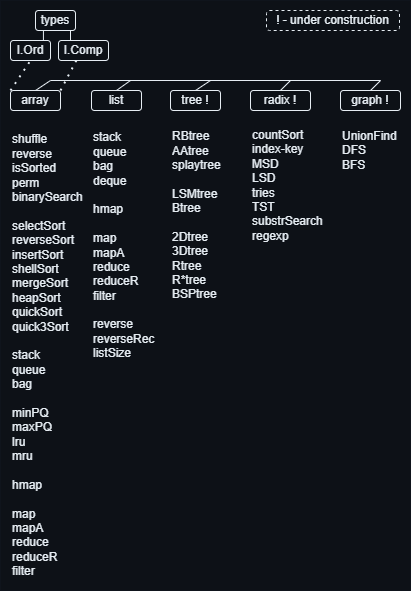
kselnaag/algos keeps this draw.io diagram as pics/algos.png. Above is the earlier version. Source tidied: cells renumbered, new cells last; positions are measured from the earlier drawing's top-left corner, leaving out a move shared by most shapes.
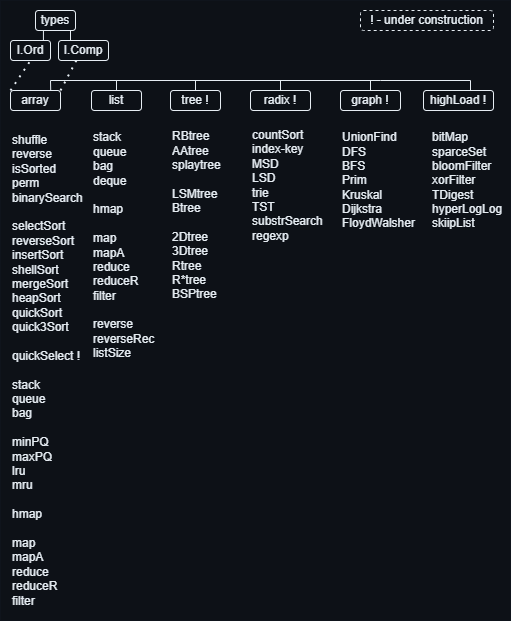
The same diagram one commit later.

Commit message:
add some algos in graph section

Change to the diagram source:
```diff
@@ -3,7 +3,7 @@
     <mxCell id="0" />
     <mxCell id="1" parent="0" />
     <mxCell id="2" style="rounded=0;whiteSpace=wrap;html=1;strokeColor=none;fillColor=#0d1117;strokeWidth=1;perimeterSpacing=1;shadow=0;glass=0;fillStyle=solid;" parent="1" vertex="1">
-      <mxGeometry width="410" height="590" as="geometry" />
+      <mxGeometry width="510" height="620" as="geometry" />
     </mxCell>
     <mxCell id="3" value="&lt;font color=&quot;#e6edf3&quot;&gt;array&lt;/font&gt;" style="rounded=1;whiteSpace=wrap;html=1;fontColor=#000000;fillColor=none;strokeColor=#e6edf3;" parent="1" vertex="1">
       <mxGeometry x="10" y="90" width="50" height="20" as="geometry" />
@@ -20,13 +20,13 @@
     <mxCell id="7" value="&lt;font color=&quot;#e6edf3&quot;&gt;graph !&lt;/font&gt;" style="rounded=1;whiteSpace=wrap;html=1;fontColor=#000000;fillColor=none;strokeColor=#e6edf3;" parent="1" vertex="1">
       <mxGeometry x="340" y="90" width="60" height="20" as="geometry" />
     </mxCell>
-    <mxCell id="8" value="&lt;font color=&quot;#e6edf3&quot;&gt;shuffle&lt;br&gt;reverse&lt;br&gt;isSorted&lt;br&gt;perm&lt;br&gt;binarySearch&lt;br&gt;&lt;br&gt;selectSort&lt;br&gt;reverseSort&lt;br&gt;insertSort&lt;br&gt;shellSort&lt;br&gt;mergeSort&lt;br&gt;heapSort&lt;br&gt;quickSort&lt;br&gt;quick3Sort&lt;br&gt;&lt;br&gt;stack&lt;br&gt;queue&lt;br&gt;bag&lt;br&gt;&lt;br&gt;minPQ&lt;br&gt;maxPQ&lt;br&gt;lru&lt;br&gt;mru&lt;br&gt;&lt;br&gt;hmap&lt;br&gt;&lt;br&gt;map&lt;br&gt;mapA&lt;br&gt;reduce&lt;br&gt;reduceR&lt;br&gt;filter&lt;/font&gt;" style="text;html=1;strokeColor=none;fillColor=none;align=left;verticalAlign=middle;whiteSpace=wrap;rounded=0;fontColor=#000000;" parent="1" vertex="1">
-      <mxGeometry x="10" y="130" width="80" height="450" as="geometry" />
+    <mxCell id="8" value="&lt;font color=&quot;#e6edf3&quot;&gt;shuffle&lt;br&gt;reverse&lt;br&gt;isSorted&lt;br&gt;perm&lt;br&gt;binarySearch&lt;br&gt;&lt;br&gt;selectSort&lt;br&gt;reverseSort&lt;br&gt;insertSort&lt;br&gt;shellSort&lt;br&gt;mergeSort&lt;br&gt;heapSort&lt;br&gt;quickSort&lt;br&gt;quick3Sort&lt;br&gt;&lt;br&gt;quickSelect !&lt;br&gt;&lt;br&gt;stack&lt;br&gt;queue&lt;br&gt;bag&lt;br&gt;&lt;br&gt;minPQ&lt;br&gt;maxPQ&lt;br&gt;lru&lt;br&gt;mru&lt;br&gt;&lt;br&gt;hmap&lt;br&gt;&lt;br&gt;map&lt;br&gt;mapA&lt;br&gt;reduce&lt;br&gt;reduceR&lt;br&gt;filter&lt;/font&gt;" style="text;html=1;strokeColor=none;fillColor=none;align=left;verticalAlign=middle;whiteSpace=wrap;rounded=0;fontColor=#000000;" parent="1" vertex="1">
+      <mxGeometry x="10" y="130" width="80" height="480" as="geometry" />
     </mxCell>
     <mxCell id="9" value="&lt;font color=&quot;#e6edf3&quot;&gt;stack&lt;br&gt;queue&lt;br&gt;bag&lt;br&gt;deque&lt;br&gt;&lt;br&gt;hmap&lt;br&gt;&lt;br&gt;map&lt;br&gt;mapA&lt;br&gt;reduce&lt;br&gt;reduceR&lt;br&gt;filter&lt;br&gt;&lt;br&gt;reverse&lt;br&gt;reverseRec&lt;br&gt;listSize&lt;br&gt;&lt;/font&gt;" style="text;html=1;strokeColor=none;fillColor=none;align=left;verticalAlign=middle;whiteSpace=wrap;rounded=0;fontColor=#000000;" parent="1" vertex="1">
       <mxGeometry x="91" y="130" width="69" height="230" as="geometry" />
     </mxCell>
-    <mxCell id="10" value="&lt;font color=&quot;#e6edf3&quot;&gt;countSort&lt;br&gt;index-key&lt;br&gt;MSD&lt;br&gt;LSD&lt;br&gt;tries&lt;br&gt;TST&lt;br&gt;substrSearch&lt;br&gt;regexp&lt;/font&gt;" style="text;html=1;strokeColor=none;fillColor=none;align=left;verticalAlign=middle;whiteSpace=wrap;rounded=0;fontColor=#000000;" parent="1" vertex="1">
+    <mxCell id="10" value="&lt;font color=&quot;#e6edf3&quot;&gt;countSort&lt;br&gt;index-key&lt;br&gt;MSD&lt;br&gt;LSD&lt;br&gt;trie&lt;br&gt;TST&lt;br&gt;substrSearch&lt;br&gt;regexp&lt;/font&gt;" style="text;html=1;strokeColor=none;fillColor=none;align=left;verticalAlign=middle;whiteSpace=wrap;rounded=0;fontColor=#000000;" parent="1" vertex="1">
       <mxGeometry x="250" y="130" width="80" height="110" as="geometry" />
     </mxCell>
     <mxCell id="11" value="&lt;font color=&quot;#e6edf3&quot;&gt;RBtree&lt;br&gt;AAtree&lt;br&gt;splaytree&lt;br&gt;&lt;br&gt;LSMtree&lt;br&gt;Btree&lt;br&gt;&lt;br&gt;2Dtree&lt;br&gt;3Dtree&lt;br&gt;Rtree&lt;br&gt;R*tree&lt;br&gt;BSPtree&lt;/font&gt;" style="text;html=1;strokeColor=none;fillColor=none;align=left;verticalAlign=middle;whiteSpace=wrap;rounded=0;fontColor=#000000;" parent="1" vertex="1">
@@ -35,9 +35,9 @@
     <mxCell id="12" value="&lt;font color=&quot;#e6edf3&quot;&gt;types&lt;/font&gt;" style="rounded=1;whiteSpace=wrap;html=1;fillColor=none;strokeColor=#e6edf3;fontColor=#000000;" parent="1" vertex="1">
       <mxGeometry x="35" y="10" width="40" height="20" as="geometry" />
     </mxCell>
-    <mxCell id="13" style="endArrow=none;html=1;rounded=0;exitX=0.5;exitY=0;exitDx=0;exitDy=0;strokeColor=#e6edf3;" parent="1" edge="1" source="6">
+    <mxCell id="13" style="endArrow=none;html=1;rounded=0;strokeColor=#e6edf3;exitX=0.5;exitY=0;exitDx=0;exitDy=0;" parent="1" edge="1" source="6">
       <mxGeometry relative="1" as="geometry">
-        <mxPoint x="210" y="80" as="targetPoint" />
+        <mxPoint x="195" y="80" as="targetPoint" />
       </mxGeometry>
     </mxCell>
     <mxCell id="14" style="endArrow=none;html=1;rounded=0;strokeColor=#e6edf3;" parent="1" edge="1">
@@ -46,21 +46,19 @@
         <mxPoint x="380" y="80" as="targetPoint" />
       </mxGeometry>
     </mxCell>
-    <mxCell id="15" style="endArrow=none;html=1;rounded=0;exitX=0.5;exitY=0;exitDx=0;exitDy=0;strokeColor=#e6edf3;" parent="1" edge="1" source="3">
+    <mxCell id="15" style="endArrow=none;html=1;rounded=0;exitX=0.804;exitY=-0.008;exitDx=0;exitDy=0;strokeColor=#e6edf3;exitPerimeter=0;" parent="1" edge="1" source="3">
       <mxGeometry relative="1" as="geometry">
         <mxPoint x="50" y="80" as="targetPoint" />
       </mxGeometry>
     </mxCell>
-    <mxCell id="16" style="endArrow=none;html=1;rounded=0;exitX=0.5;exitY=0;exitDx=0;exitDy=0;strokeColor=#e6edf3;" parent="1" edge="1">
+    <mxCell id="16" style="endArrow=none;html=1;rounded=0;exitX=0.5;exitY=0;exitDx=0;exitDy=0;strokeColor=#e6edf3;" parent="1" edge="1" source="4">
       <mxGeometry relative="1" as="geometry">
-        <mxPoint x="115.9" y="90" as="sourcePoint" />
-        <mxPoint x="130" y="80" as="targetPoint" />
+        <mxPoint x="116" y="80" as="targetPoint" />
       </mxGeometry>
     </mxCell>
-    <mxCell id="17" style="endArrow=none;html=1;rounded=0;exitX=0.5;exitY=0;exitDx=0;exitDy=0;strokeColor=#e6edf3;" parent="1" edge="1">
+    <mxCell id="17" style="endArrow=none;html=1;rounded=0;exitX=0.5;exitY=0;exitDx=0;exitDy=0;strokeColor=#e6edf3;" parent="1" edge="1" source="5">
       <mxGeometry relative="1" as="geometry">
-        <mxPoint x="279.9" y="90" as="sourcePoint" />
-        <mxPoint x="290" y="80" as="targetPoint" />
+        <mxPoint x="280" y="80" as="targetPoint" />
       </mxGeometry>
     </mxCell>
     <mxCell id="18" value="&lt;font color=&quot;#e6edf3&quot;&gt;I.Ord&lt;/font&gt;" style="rounded=1;whiteSpace=wrap;html=1;fillColor=none;strokeColor=#e6edf3;fontColor=#000000;" parent="1" vertex="1">
@@ -87,17 +85,34 @@
         <mxPoint x="70" y="30" as="targetPoint" />
       </mxGeometry>
     </mxCell>
-    <mxCell id="24" style="endArrow=none;html=1;rounded=0;exitX=0.5;exitY=0;exitDx=0;exitDy=0;strokeColor=#e6edf3;" parent="1" edge="1">
+    <mxCell id="24" style="endArrow=none;html=1;rounded=0;exitX=0.5;exitY=0;exitDx=0;exitDy=0;strokeColor=#e6edf3;" parent="1" edge="1" source="7">
       <mxGeometry relative="1" as="geometry">
-        <mxPoint x="370" y="90" as="sourcePoint" />
-        <mxPoint x="380.1" y="80" as="targetPoint" />
+        <mxPoint x="370" y="80" as="targetPoint" />
       </mxGeometry>
     </mxCell>
-    <mxCell id="25" value="&lt;font color=&quot;#e6edf3&quot;&gt;UnionFind&lt;br&gt;DFS&lt;br&gt;BFS&lt;br&gt;&lt;/font&gt;" style="text;html=1;strokeColor=none;fillColor=none;align=left;verticalAlign=middle;whiteSpace=wrap;rounded=0;" parent="1" vertex="1">
-      <mxGeometry x="340" y="130" width="60" height="40" as="geometry" />
+    <mxCell id="25" value="&lt;font color=&quot;#e6edf3&quot;&gt;UnionFind&lt;br&gt;DFS&lt;br&gt;BFS&lt;br&gt;Prim&lt;br&gt;Kruskal&lt;br&gt;Dijkstra&lt;br&gt;FloydWalsher&lt;br&gt;&lt;/font&gt;" style="text;html=1;strokeColor=none;fillColor=none;align=left;verticalAlign=middle;whiteSpace=wrap;rounded=0;" parent="1" vertex="1">
+      <mxGeometry x="340" y="130" width="60" height="100" as="geometry" />
     </mxCell>
     <mxCell id="26" value="&lt;font color=&quot;#e6edf3&quot;&gt;! - under construction&lt;/font&gt;" style="rounded=1;whiteSpace=wrap;html=1;fillColor=none;strokeColor=#e6edf3;fontColor=#000000;dashed=1;" parent="1" vertex="1">
-      <mxGeometry x="266" y="10" width="133" height="20" as="geometry" />
+      <mxGeometry x="360" y="10" width="133" height="20" as="geometry" />
     </mxCell>
+    <mxCell id="27" value="&lt;font color=&quot;#e6edf3&quot;&gt;highLoad !&lt;/font&gt;" style="rounded=1;whiteSpace=wrap;html=1;fontColor=#000000;fillColor=none;strokeColor=#e6edf3;" parent="1" vertex="1">
+      <mxGeometry x="423" y="90" width="70" height="20" as="geometry" />
+    </mxCell>
+    <mxCell id="28" style="endArrow=none;html=1;fillColor=#eeeeee;strokeColor=#E6EDF3;" parent="1" edge="1">
+      <mxGeometry relative="1" as="geometry">
+        <mxPoint x="380" y="80" as="sourcePoint" />
+        <mxPoint x="470" y="80" as="targetPoint" />
+      </mxGeometry>
+    </mxCell>
+    <mxCell id="29" style="endArrow=none;html=1;rounded=0;strokeColor=#e6edf3;" parent="1" edge="1">
+      <mxGeometry relative="1" as="geometry">
+        <mxPoint x="470" y="90" as="sourcePoint" />
+        <mxPoint x="470" y="80" as="targetPoint" />
+      </mxGeometry>
+    </mxCell>
+    <mxCell id="30" value="&lt;font color=&quot;#e6edf3&quot;&gt;bitMap&lt;br&gt;sparceSet&lt;br&gt;bloomFilter&lt;br&gt;xorFilter&lt;br&gt;TDigest&lt;br&gt;hyperLogLog&lt;br&gt;skiipList&lt;br&gt;&lt;/font&gt;" style="text;html=1;strokeColor=none;fillColor=none;align=left;verticalAlign=middle;whiteSpace=wrap;rounded=0;" parent="1" vertex="1">
+      <mxGeometry x="430" y="130" width="60" height="100" as="geometry" />
+    </mxCell>
   </root>
 </mxGraphModel>
```
